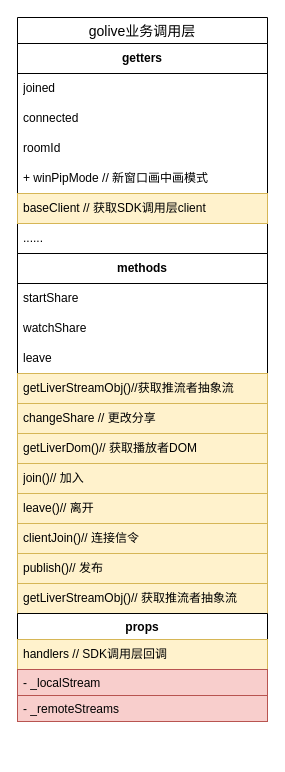
Above: golive业务层调用.drawio in ccccccp/draw-io (draw.io), before the change. Source tidied: cells renumbered, new cells numbered last; positions are measured from the earlier drawing's top-left corner, leaving out a move shared by most shapes. Both pictures are drawn from the tidied source at 100%, with x=0, y=0 at pixel (17, 17).
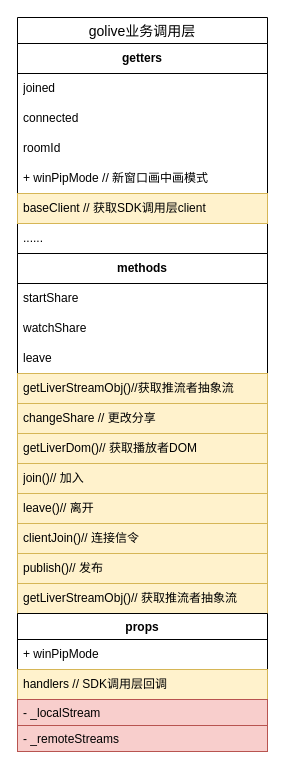
The same diagram, later.

Commit message (it also covers changes not shown here):
更新golive业务层调用.drawio

What changed in the source:
```diff
@@
     <mxCell id="2" value="golive业务调用层" style="swimlane;fontStyle=0;horizontal=1;startSize=26;align=center;fontSize=14;" parent="1" vertex="1">
-      <mxGeometry width="250" height="704" as="geometry" />
+      <mxGeometry width="250" height="734" as="geometry" />
     </mxCell>
@@
     <mxCell id="22" value="props" style="swimlane;fontStyle=1;align=center;verticalAlign=top;horizontal=1;startSize=26;whiteSpace=wrap;html=1;" parent="2" vertex="1">
-      <mxGeometry y="596" width="250" height="108" as="geometry" />
+      <mxGeometry y="596" width="250" height="138" as="geometry" />
     </mxCell>
+    <mxCell id="26" value="+ winPipMode" style="text;strokeColor=default;fillColor=none;align=left;verticalAlign=middle;spacingLeft=4;spacingRight=4;overflow=hidden;whiteSpace=wrap;html=1;" parent="22" vertex="1">
+      <mxGeometry y="26" width="250" height="30" as="geometry" />
+    </mxCell>
     <mxCell id="23" value="handlers // SDK调用层回调" style="text;strokeColor=#d6b656;fillColor=#fff2cc;align=left;verticalAlign=middle;spacingLeft=4;spacingRight=4;overflow=hidden;whiteSpace=wrap;html=1;" parent="22" vertex="1">
-      <mxGeometry y="26" width="250" height="30" as="geometry" />
+      <mxGeometry y="56" width="250" height="30" as="geometry" />
     </mxCell>
     <mxCell id="24" value="- _localStream" style="text;strokeColor=#b85450;fillColor=#f8cecc;align=left;verticalAlign=top;spacingLeft=4;spacingRight=4;overflow=hidden;whiteSpace=wrap;html=1;" parent="22" vertex="1">
-      <mxGeometry y="56" width="250" height="26" as="geometry" />
+      <mxGeometry y="86" width="250" height="26" as="geometry" />
     </mxCell>
     <mxCell id="25" value="- _remoteStreams" style="text;strokeColor=#b85450;fillColor=#f8cecc;align=left;verticalAlign=top;spacingLeft=4;spacingRight=4;overflow=hidden;whiteSpace=wrap;html=1;" parent="22" vertex="1">
-      <mxGeometry y="82" width="250" height="26" as="geometry" />
+      <mxGeometry y="112" width="250" height="26" as="geometry" />
     </mxCell>
```
